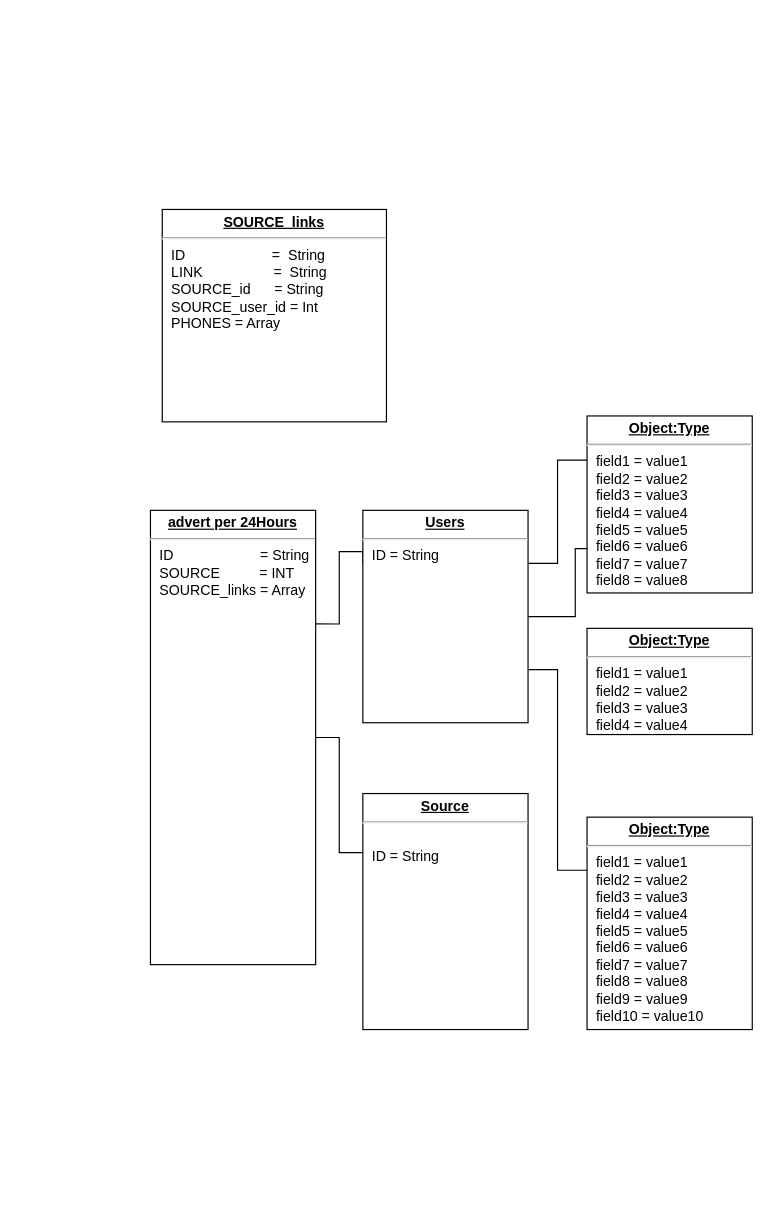
Above: .drawio in Dromich/car_dog_diagram (draw.io), before the change. Source tidied: cells renumbered, new cells numbered last; positions are measured from the earlier drawing's top-left corner, leaving out a move shared by most shapes. Both pictures are drawn from the tidied source at 118%, with x=0, y=0 at pixel (150, 209).
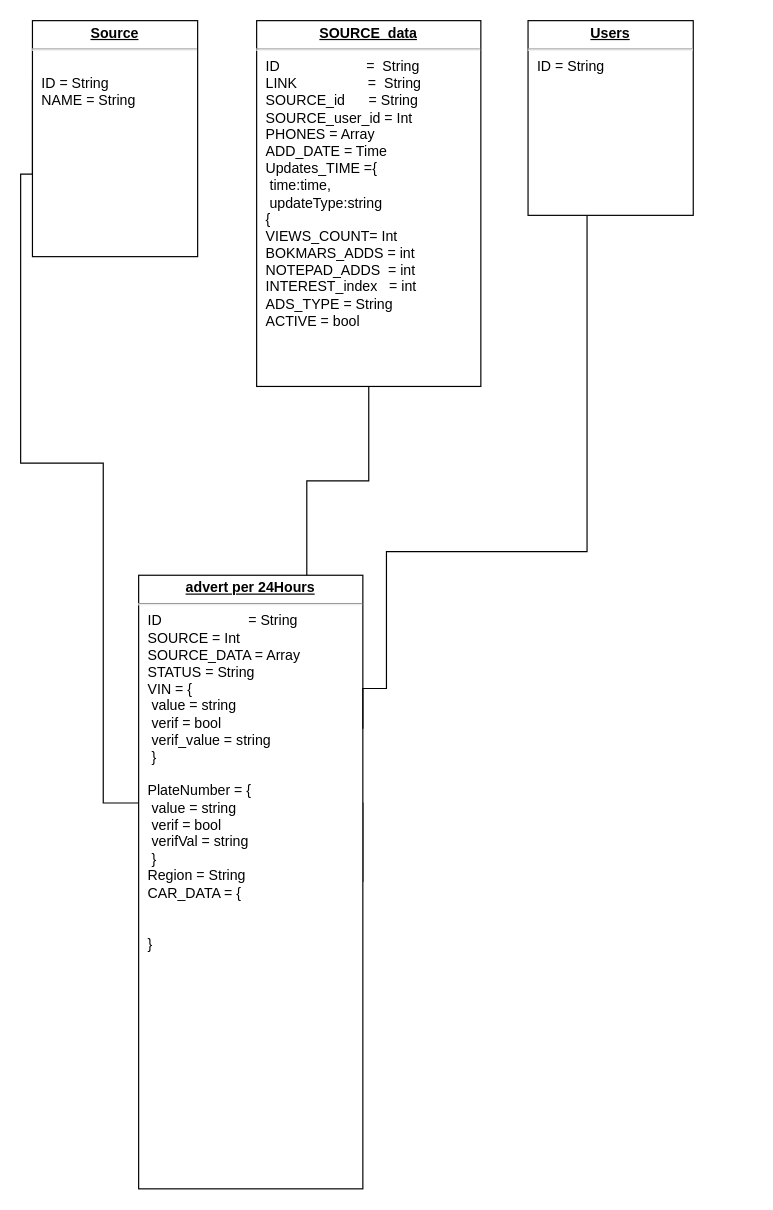
The same diagram, later.

Diff of the diagram source:
```diff
@@
 <mxGraphModel>
   <root>
     <mxCell id="0" />
     <mxCell id="1" parent="0" />
     <mxCell id="2" style="edgeStyle=orthogonalEdgeStyle;rounded=0;html=1;exitX=1;exitY=0.5;entryX=0;entryY=0.25;labelBackgroundColor=none;endArrow=none;endFill=0;endSize=8;fontFamily=Verdana;fontSize=12;align=left;" parent="1" edge="1" source="3" target="7">
-      <mxGeometry relative="1" as="geometry" />
+      <mxGeometry relative="1" as="geometry">
+        <Array as="points">
+          <mxPoint x="-40" y="503" />
+          <mxPoint x="-40" y="215" />
+          <mxPoint x="-110" y="215" />
+          <mxPoint x="-110" y="-30" />
+        </Array>
+      </mxGeometry>
     </mxCell>
-    <mxCell id="3" value="&lt;p style=&quot;margin: 0px ; margin-top: 4px ; text-align: center ; text-decoration: underline&quot;&gt;&lt;b&gt;advert per 24Hours&lt;/b&gt;&lt;br&gt;&lt;/p&gt;&lt;hr&gt;&lt;p style=&quot;margin: 0px ; margin-left: 8px&quot;&gt;ID&amp;nbsp;&amp;nbsp;&amp;nbsp;&amp;nbsp;&amp;nbsp;&amp;nbsp;&amp;nbsp;&amp;nbsp;&amp;nbsp;&amp;nbsp;&amp;nbsp; &amp;nbsp; &amp;nbsp; &amp;nbsp; &amp;nbsp; &amp;nbsp; = String&lt;br&gt;SOURCE&amp;nbsp;&amp;nbsp;&amp;nbsp;&amp;nbsp;&amp;nbsp;&amp;nbsp;&amp;nbsp;&amp;nbsp;&amp;nbsp; = INT&lt;br&gt;SOURCE_links = Array&lt;br&gt;&lt;/p&gt;" style="verticalAlign=top;align=left;overflow=fill;fontSize=12;fontFamily=Helvetica;html=1;rounded=0;shadow=0;comic=0;labelBackgroundColor=none;strokeWidth=1;" parent="1" vertex="1">
-      <mxGeometry y="255" width="140" height="385" as="geometry" />
+    <mxCell id="3" value="&lt;p style=&quot;margin: 0px ; margin-top: 4px ; text-align: center ; text-decoration: underline&quot;&gt;&lt;b&gt;advert per 24Hours&lt;/b&gt;&lt;br&gt;&lt;/p&gt;&lt;hr&gt;&lt;p style=&quot;margin: 0px ; margin-left: 8px&quot;&gt;ID&amp;nbsp;&amp;nbsp;&amp;nbsp;&amp;nbsp;&amp;nbsp;&amp;nbsp;&amp;nbsp;&amp;nbsp;&amp;nbsp;&amp;nbsp;&amp;nbsp; &amp;nbsp; &amp;nbsp; &amp;nbsp; &amp;nbsp; &amp;nbsp; = String&lt;br&gt;SOURCE = Int&lt;br&gt;SOURCE_DATA = Array&lt;/p&gt;&lt;p style=&quot;margin: 0px ; margin-left: 8px&quot;&gt;STATUS = String&lt;/p&gt;&lt;p style=&quot;margin: 0px ; margin-left: 8px&quot;&gt;VIN = {&lt;/p&gt;&lt;p style=&quot;margin: 0px ; margin-left: 8px&quot;&gt;&lt;span&gt; &lt;span style=&quot;white-space: pre&quot;&gt; &lt;/span&gt;value = string&lt;br&gt;&lt;span&gt; &lt;/span&gt;&lt;span style=&quot;white-space: pre&quot;&gt; &lt;/span&gt;verif   = bool&lt;/span&gt;&lt;/p&gt;&lt;p style=&quot;margin: 0px ; margin-left: 8px&quot;&gt;&lt;span&gt;&lt;span style=&quot;white-space: pre&quot;&gt; &lt;/span&gt;verif_value = string&lt;br&gt;&lt;/span&gt;&lt;/p&gt;&lt;p style=&quot;margin: 0px ; margin-left: 8px&quot;&gt;&lt;span&gt;&lt;span&gt; &lt;/span&gt;&lt;span style=&quot;white-space: pre&quot;&gt; &lt;/span&gt;}&lt;/span&gt;&lt;/p&gt;&lt;p style=&quot;margin: 0px ; margin-left: 8px&quot;&gt;&lt;span&gt;&lt;br&gt;&lt;/span&gt;&lt;/p&gt;&lt;p style=&quot;margin: 0px ; margin-left: 8px&quot;&gt;PlateNumber = {&lt;/p&gt;&lt;p style=&quot;margin: 0px ; margin-left: 8px&quot;&gt;&lt;span style=&quot;white-space: pre&quot;&gt; &lt;/span&gt;value = string&lt;br&gt;&lt;span style=&quot;white-space: pre&quot;&gt; &lt;/span&gt;verif = bool&lt;br&gt;&lt;span style=&quot;white-space: pre&quot;&gt; &lt;/span&gt;verifVal = string&lt;br&gt;&lt;/p&gt;&lt;p style=&quot;margin: 0px ; margin-left: 8px&quot;&gt;&lt;span style=&quot;white-space: pre&quot;&gt; &lt;/span&gt;}&lt;/p&gt;&lt;p style=&quot;margin: 0px ; margin-left: 8px&quot;&gt;Region = String&lt;/p&gt;&lt;p style=&quot;margin: 0px ; margin-left: 8px&quot;&gt;CAR_DATA = {&lt;/p&gt;&lt;p style=&quot;margin: 0px ; margin-left: 8px&quot;&gt;&lt;span style=&quot;white-space: pre&quot;&gt;&lt;span style=&quot;white-space: pre&quot;&gt; &lt;/span&gt; &lt;/span&gt;&lt;/p&gt;&lt;p style=&quot;margin: 0px ; margin-left: 8px&quot;&gt;&lt;br&gt;&lt;/p&gt;&lt;p style=&quot;margin: 0px ; margin-left: 8px&quot;&gt;}&lt;br&gt;&lt;/p&gt;&lt;p style=&quot;margin: 0px ; margin-left: 8px&quot;&gt;&lt;span style=&quot;white-space: pre&quot;&gt; &lt;/span&gt;&lt;br&gt;&lt;/p&gt;&lt;p style=&quot;margin: 0px ; margin-left: 8px&quot;&gt;&lt;br&gt;&lt;/p&gt;&lt;p style=&quot;margin: 0px ; margin-left: 8px&quot;&gt;&lt;br&gt;&lt;/p&gt;&lt;p style=&quot;margin: 0px ; margin-left: 8px&quot;&gt;&lt;br&gt;&lt;/p&gt;&lt;p style=&quot;margin: 0px ; margin-left: 8px&quot;&gt;&lt;br&gt;&lt;/p&gt;" style="verticalAlign=top;align=left;overflow=fill;fontSize=12;fontFamily=Helvetica;html=1;rounded=0;shadow=0;comic=0;labelBackgroundColor=none;strokeWidth=1;" parent="1" vertex="1">
+      <mxGeometry x="-10" y="310" width="190" height="520" as="geometry" />
     </mxCell>
     <mxCell id="4" style="edgeStyle=orthogonalEdgeStyle;rounded=0;html=1;exitX=0;exitY=0.25;entryX=1;entryY=0.25;labelBackgroundColor=none;endArrow=none;endFill=0;endSize=8;fontFamily=Verdana;fontSize=12;align=left;" parent="1" edge="1" source="6" target="3">
       <mxGeometry relative="1" as="geometry">
         <Array as="points">
-          <mxPoint x="180" y="290" />
-          <mxPoint x="160" y="290" />
-          <mxPoint x="160" y="351" />
+          <mxPoint x="370" y="-119" />
+          <mxPoint x="370" y="290" />
+          <mxPoint x="200" y="290" />
+          <mxPoint x="200" y="406" />
+          <mxPoint x="180" y="406" />
         </Array>
       </mxGeometry>
     </mxCell>
-    <mxCell id="5" style="edgeStyle=orthogonalEdgeStyle;rounded=0;html=1;exitX=1;exitY=0.25;entryX=0;entryY=0.25;labelBackgroundColor=none;endArrow=none;endFill=0;endSize=8;fontFamily=Verdana;fontSize=12;align=left;" parent="1" edge="1" source="6" target="9">
-      <mxGeometry relative="1" as="geometry" />
-    </mxCell>
     <mxCell id="6" value="&lt;p style=&quot;margin: 0px ; margin-top: 4px ; text-align: center ; text-decoration: underline&quot;&gt;&lt;b&gt;Users&lt;/b&gt;&lt;br&gt;&lt;/p&gt;&lt;hr&gt;&lt;p style=&quot;margin: 0px ; margin-left: 8px&quot;&gt;ID = String&lt;/p&gt;" style="verticalAlign=top;align=left;overflow=fill;fontSize=12;fontFamily=Helvetica;html=1;rounded=0;shadow=0;comic=0;labelBackgroundColor=none;strokeWidth=1;" parent="1" vertex="1">
-      <mxGeometry x="180" y="255" width="140" height="180" as="geometry" />
+      <mxGeometry x="320" y="-160" width="140" height="165" as="geometry" />
     </mxCell>
-    <mxCell id="7" value="&lt;p style=&quot;margin: 0px ; margin-top: 4px ; text-align: center ; text-decoration: underline&quot;&gt;&lt;b&gt;Source&lt;/b&gt;&lt;br&gt;&lt;/p&gt;&lt;hr&gt;&lt;p style=&quot;margin: 0px ; margin-left: 8px&quot;&gt;&lt;br&gt;ID = String&lt;/p&gt;" style="verticalAlign=top;align=left;overflow=fill;fontSize=12;fontFamily=Helvetica;html=1;rounded=0;shadow=0;comic=0;labelBackgroundColor=none;strokeWidth=1;" parent="1" vertex="1">
-      <mxGeometry x="180" y="495" width="140" height="200" as="geometry" />
+    <mxCell id="7" value="&lt;p style=&quot;margin: 0px ; margin-top: 4px ; text-align: center ; text-decoration: underline&quot;&gt;&lt;b&gt;Source&lt;/b&gt;&lt;br&gt;&lt;/p&gt;&lt;hr&gt;&lt;p style=&quot;margin: 0px ; margin-left: 8px&quot;&gt;&lt;br&gt;ID = String&lt;/p&gt;&lt;p style=&quot;margin: 0px ; margin-left: 8px&quot;&gt;NAME = String&lt;br&gt;&lt;/p&gt;" style="verticalAlign=top;align=left;overflow=fill;fontSize=12;fontFamily=Helvetica;html=1;rounded=0;shadow=0;comic=0;labelBackgroundColor=none;strokeWidth=1;" parent="1" vertex="1">
+      <mxGeometry x="-100" y="-160" width="140" height="200" as="geometry" />
     </mxCell>
-    <mxCell id="8" style="edgeStyle=orthogonalEdgeStyle;rounded=0;html=1;exitX=0;exitY=0.75;entryX=1;entryY=0.5;labelBackgroundColor=none;endArrow=none;endFill=0;endSize=8;fontFamily=Verdana;fontSize=12;align=left;" parent="1" edge="1" source="9" target="6">
-      <mxGeometry relative="1" as="geometry">
-        <Array as="points">
-          <mxPoint x="360" y="288" />
-          <mxPoint x="360" y="345" />
-        </Array>
-      </mxGeometry>
-    </mxCell>
-    <mxCell id="9" value="&lt;p style=&quot;margin: 0px ; margin-top: 4px ; text-align: center ; text-decoration: underline&quot;&gt;&lt;b&gt;Object:Type&lt;/b&gt;&lt;/p&gt;&lt;hr&gt;&lt;p style=&quot;margin: 0px ; margin-left: 8px&quot;&gt;field1 = value1&lt;br&gt;field2 = value2&lt;br&gt;field3 = value3&lt;/p&gt;&lt;p style=&quot;margin: 0px ; margin-left: 8px&quot;&gt;field4 = value4&lt;br&gt;&lt;/p&gt;&lt;p style=&quot;margin: 0px ; margin-left: 8px&quot;&gt;field5 = value5&lt;br&gt;&lt;/p&gt;&lt;p style=&quot;margin: 0px ; margin-left: 8px&quot;&gt;field6 = value6&lt;br&gt;&lt;/p&gt;&lt;p style=&quot;margin: 0px ; margin-left: 8px&quot;&gt;field7 = value7&lt;br&gt;&lt;/p&gt;&lt;p style=&quot;margin: 0px ; margin-left: 8px&quot;&gt;field8 = value8&lt;/p&gt;" style="verticalAlign=top;align=left;overflow=fill;fontSize=12;fontFamily=Helvetica;html=1;rounded=0;shadow=0;comic=0;labelBackgroundColor=none;strokeWidth=1;" parent="1" vertex="1">
-      <mxGeometry x="370" y="175" width="140" height="150" as="geometry" />
-    </mxCell>
-    <mxCell id="10" value="&lt;p style=&quot;margin: 0px ; margin-top: 4px ; text-align: center ; text-decoration: underline&quot;&gt;&lt;b&gt;Object:Type&lt;/b&gt;&lt;/p&gt;&lt;hr&gt;&lt;p style=&quot;margin: 0px ; margin-left: 8px&quot;&gt;field1 = value1&lt;br&gt;field2 = value2&lt;br&gt;field3 = value3&lt;/p&gt;&lt;p style=&quot;margin: 0px ; margin-left: 8px&quot;&gt;field4 = value4&lt;/p&gt;" style="verticalAlign=top;align=left;overflow=fill;fontSize=12;fontFamily=Helvetica;html=1;rounded=0;shadow=0;comic=0;labelBackgroundColor=none;strokeWidth=1;" parent="1" vertex="1">
-      <mxGeometry x="370" y="355" width="140" height="90" as="geometry" />
-    </mxCell>
-    <mxCell id="11" style="edgeStyle=orthogonalEdgeStyle;rounded=0;html=1;exitX=0;exitY=0.25;entryX=1;entryY=0.75;labelBackgroundColor=none;endArrow=none;endFill=0;endSize=8;fontFamily=Verdana;fontSize=12;align=left;" parent="1" edge="1" source="12" target="6">
-      <mxGeometry relative="1" as="geometry" />
-    </mxCell>
-    <mxCell id="12" value="&lt;p style=&quot;margin: 0px ; margin-top: 4px ; text-align: center ; text-decoration: underline&quot;&gt;&lt;b&gt;Object:Type&lt;/b&gt;&lt;/p&gt;&lt;hr&gt;&lt;p style=&quot;margin: 0px ; margin-left: 8px&quot;&gt;field1 = value1&lt;br&gt;field2 = value2&lt;br&gt;field3 = value3&lt;/p&gt;&lt;p style=&quot;margin: 0px ; margin-left: 8px&quot;&gt;field4 = value4&lt;br&gt;&lt;/p&gt;&lt;p style=&quot;margin: 0px ; margin-left: 8px&quot;&gt;field5 = value5&lt;br&gt;&lt;/p&gt;&lt;p style=&quot;margin: 0px ; margin-left: 8px&quot;&gt;field6 = value6&lt;br&gt;&lt;/p&gt;&lt;p style=&quot;margin: 0px ; margin-left: 8px&quot;&gt;field7 = value7&lt;br&gt;&lt;/p&gt;&lt;p style=&quot;margin: 0px ; margin-left: 8px&quot;&gt;field8 = value8&lt;br&gt;&lt;/p&gt;&lt;p style=&quot;margin: 0px ; margin-left: 8px&quot;&gt;field9 = value9&lt;br&gt;&lt;/p&gt;&lt;p style=&quot;margin: 0px ; margin-left: 8px&quot;&gt;field10 = value10&lt;/p&gt;" style="verticalAlign=top;align=left;overflow=fill;fontSize=12;fontFamily=Helvetica;html=1;rounded=0;shadow=0;comic=0;labelBackgroundColor=none;strokeWidth=1;" parent="1" vertex="1">
-      <mxGeometry x="370" y="515" width="140" height="180" as="geometry" />
-    </mxCell>
+    <mxCell id="14" style="edgeStyle=orthogonalEdgeStyle;rounded=0;jettySize=auto;html=1;entryX=0.75;entryY=0;entryDx=0;entryDy=0;endArrow=none;endFill=0;" parent="1" edge="1" source="13" target="3">
+      <mxGeometry relative="1" as="geometry" />
+    </mxCell>
-    <mxCell id="13" value="&lt;p style=&quot;margin: 0px ; margin-top: 4px ; text-align: center ; text-decoration: underline&quot;&gt;&lt;b&gt;SOURCE_links&lt;/b&gt;&lt;/p&gt;&lt;hr&gt;&lt;p style=&quot;margin: 0px ; margin-left: 8px&quot;&gt;ID&amp;nbsp;&amp;nbsp;&amp;nbsp;&amp;nbsp;&amp;nbsp;&amp;nbsp;&amp;nbsp;&amp;nbsp;&amp;nbsp;&amp;nbsp;&amp;nbsp;&amp;nbsp;&amp;nbsp;&amp;nbsp;&amp;nbsp;&amp;nbsp;&amp;nbsp;&amp;nbsp;&amp;nbsp;&amp;nbsp;&amp;nbsp; =&amp;nbsp; String&lt;/p&gt;&lt;p style=&quot;margin: 0px ; margin-left: 8px&quot;&gt;LINK&amp;nbsp;&amp;nbsp;&amp;nbsp;&amp;nbsp;&amp;nbsp;&amp;nbsp;&amp;nbsp;&amp;nbsp;&amp;nbsp;&amp;nbsp;&amp;nbsp;&amp;nbsp; &amp;nbsp; &amp;nbsp;&amp;nbsp; =&amp;nbsp; String&lt;/p&gt;&lt;p style=&quot;margin: 0px ; margin-left: 8px&quot;&gt;SOURCE_id&amp;nbsp;&amp;nbsp;&amp;nbsp;&amp;nbsp;&amp;nbsp; = String&lt;br&gt;&lt;/p&gt;&lt;p style=&quot;margin: 0px ; margin-left: 8px&quot;&gt;SOURCE_user_id = Int&lt;/p&gt;&lt;p style=&quot;margin: 0px ; margin-left: 8px&quot;&gt;PHONES = Array&lt;br&gt;&lt;/p&gt;" style="verticalAlign=top;align=left;overflow=fill;fontSize=12;fontFamily=Helvetica;html=1;rounded=0;shadow=0;comic=0;labelBackgroundColor=none;strokeWidth=1;" parent="1" vertex="1">
-      <mxGeometry x="10" width="190" height="180" as="geometry" />
+    <mxCell id="13" value="&lt;p style=&quot;margin: 0px ; margin-top: 4px ; text-align: center ; text-decoration: underline&quot;&gt;&lt;b&gt;SOURCE_data&lt;/b&gt;&lt;/p&gt;&lt;hr&gt;&lt;p style=&quot;margin: 0px ; margin-left: 8px&quot;&gt;ID&amp;nbsp;&amp;nbsp;&amp;nbsp;&amp;nbsp;&amp;nbsp;&amp;nbsp;&amp;nbsp;&amp;nbsp;&amp;nbsp;&amp;nbsp;&amp;nbsp;&amp;nbsp;&amp;nbsp;&amp;nbsp;&amp;nbsp;&amp;nbsp;&amp;nbsp;&amp;nbsp;&amp;nbsp;&amp;nbsp;&amp;nbsp; =&amp;nbsp; String&lt;/p&gt;&lt;p style=&quot;margin: 0px ; margin-left: 8px&quot;&gt;LINK&amp;nbsp;&amp;nbsp;&amp;nbsp;&amp;nbsp;&amp;nbsp;&amp;nbsp;&amp;nbsp;&amp;nbsp;&amp;nbsp;&amp;nbsp;&amp;nbsp;&amp;nbsp; &amp;nbsp; &amp;nbsp;&amp;nbsp; =&amp;nbsp; String&lt;/p&gt;&lt;p style=&quot;margin: 0px ; margin-left: 8px&quot;&gt;SOURCE_id&amp;nbsp;&amp;nbsp;&amp;nbsp;&amp;nbsp;&amp;nbsp; = String&lt;br&gt;&lt;/p&gt;&lt;p style=&quot;margin: 0px ; margin-left: 8px&quot;&gt;SOURCE_user_id = Int&lt;/p&gt;&lt;p style=&quot;margin: 0px ; margin-left: 8px&quot;&gt;PHONES = Array&lt;/p&gt;&lt;p style=&quot;margin: 0px ; margin-left: 8px&quot;&gt;ADD_DATE = Time&lt;/p&gt;&lt;p style=&quot;margin: 0px ; margin-left: 8px&quot;&gt;Updates_TIME ={&lt;/p&gt;&lt;p style=&quot;margin: 0px ; margin-left: 8px&quot;&gt;&lt;span&gt; &lt;/span&gt;&lt;span&gt; &lt;/span&gt;&lt;span style=&quot;white-space: pre&quot;&gt; &lt;/span&gt;time:time,&lt;/p&gt;&lt;p style=&quot;margin: 0px ; margin-left: 8px&quot;&gt;&lt;span&gt; &lt;/span&gt;&lt;span&gt; &lt;/span&gt;&lt;span style=&quot;white-space: pre&quot;&gt; &lt;/span&gt;updateType:string&lt;/p&gt;&lt;p style=&quot;margin: 0px ; margin-left: 8px&quot;&gt;&lt;span&gt; &lt;/span&gt;&lt;span&gt; &lt;/span&gt;{&lt;/p&gt;&lt;p style=&quot;margin: 0px ; margin-left: 8px&quot;&gt;VIEWS_COUNT= Int&lt;/p&gt;&lt;p style=&quot;margin: 0px ; margin-left: 8px&quot;&gt;BOKMARS_ADDS = int&lt;/p&gt;&lt;p style=&quot;margin: 0px ; margin-left: 8px&quot;&gt;NOTEPAD_ADDS&amp;nbsp; = int&lt;/p&gt;&lt;p style=&quot;margin: 0px ; margin-left: 8px&quot;&gt;INTEREST_index&amp;nbsp;&amp;nbsp; = int&lt;br&gt;ADS_TYPE = String&lt;/p&gt;&lt;p style=&quot;margin: 0px ; margin-left: 8px&quot;&gt;ACTIVE = bool&lt;/p&gt;&lt;p style=&quot;margin: 0px ; margin-left: 8px&quot;&gt;&lt;br&gt;&lt;/p&gt;&lt;p style=&quot;margin: 0px ; margin-left: 8px&quot;&gt;&lt;br&gt;&lt;/p&gt;" style="verticalAlign=top;align=left;overflow=fill;fontSize=12;fontFamily=Helvetica;html=1;rounded=0;shadow=0;comic=0;labelBackgroundColor=none;strokeWidth=1;" parent="1" vertex="1">
+      <mxGeometry x="90" y="-160" width="190" height="310" as="geometry" />
     </mxCell>
   </root>
 </mxGraphModel>
```
